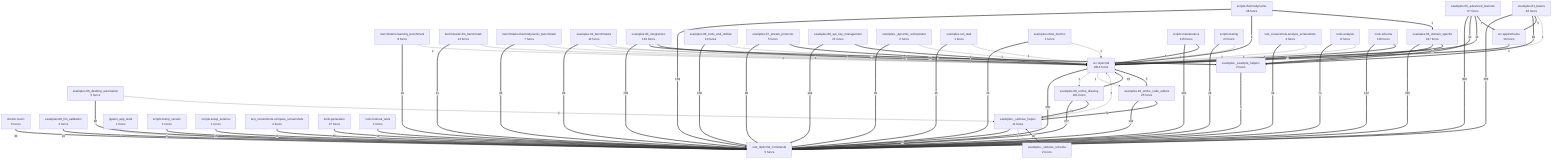
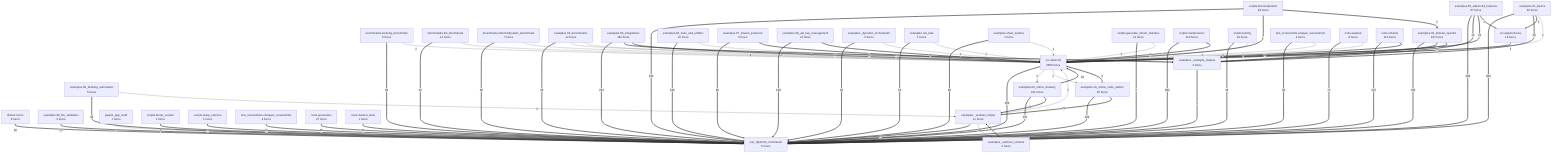
flowchart TD
- %% generated in 0.17s
+ %% generated in 0.08s
    benchmarks__learning_benchmark["benchmarks.learning_benchmark<br/>6 funcs"]
    benchmarks__llm_benchmark["benchmarks.llm_benchmark<br/>14 funcs"]
    benchmarks__thermodynamic_benchmark["benchmarks.thermodynamic_benchmark<br/>7 funcs"]
    docker__novnc["docker.novnc<br/>6 funcs"]
    examples__01_basics["examples.01_basics<br/>46 funcs"]
    examples__02_benchmarks["examples.02_benchmarks<br/>12 funcs"]
    examples__03_integrations["examples.03_integrations<br/>162 funcs"]
    examples__04_domain_specific["examples.04_domain_specific<br/>197 funcs"]
    examples__05_advanced_features["examples.05_advanced_features<br/>67 funcs"]
    examples__06_desktop_automation["examples.06_desktop_automation<br/>5 funcs"]
    examples__06_tools_and_utilities["examples.06_tools_and_utilities<br/>10 funcs"]
    examples__07_stream_protocols["examples.07_stream_protocols<br/>5 funcs"]
    examples__08_api_key_management["examples.08_api_key_management<br/>21 funcs"]
    examples__08_llm_validation["examples.08_llm_validation<br/>3 funcs"]
    examples__09_online_drawing["examples.09_online_drawing<br/>101 funcs"]
    examples__10_online_code_editors["examples.10_online_code_editors<br/>25 funcs"]
    examples___dynamic_orchestrator["examples._dynamic_orchestrator<br/>2 funcs"]
    examples___example_helpers["examples._example_helpers<br/>2 funcs"]
    examples___verbose_helper["examples._verbose_helper<br/>11 funcs"]
    examples___verbose_schema["examples._verbose_schema<br/>2 funcs"]
    examples__run_task["examples.run_task<br/>1 funcs"]
    examples__show_metrics["examples.show_metrics<br/>1 funcs"]
    jspaint_app_test4["jspaint_app_test4<br/>1 funcs"]
    scripts__bump_version["scripts.bump_version<br/>1 funcs"]
+     scripts__generate_intract_manifest["scripts.generate_intract_manifest<br/>13 funcs"]
    scripts__maintenance["scripts.maintenance<br/>115 funcs"]
    scripts__setup_external["scripts.setup_external<br/>1 funcs"]
    scripts__testing["scripts.testing<br/>23 funcs"]
    scripts__thermodynamic["scripts.thermodynamic<br/>48 funcs"]
    src__app2schema["src.app2schema<br/>16 funcs"]
-     src__nlp2cmd["src.nlp2cmd<br/>2814 funcs"]
+     src__nlp2cmd["src.nlp2cmd<br/>2850 funcs"]
    test_nlp2cmd_commands["test_nlp2cmd_commands<br/>5 funcs"]
    test_screenshots__analyze_screenshots["test_screenshots.analyze_screenshots<br/>4 funcs"]
    test_screenshots__compare_screenshots["test_screenshots.compare_screenshots<br/>4 funcs"]
    tools__analysis["tools.analysis<br/>8 funcs"]
    tools__generation["tools.generation<br/>27 funcs"]
    tools__manual_tests["tools.manual_tests<br/>1 funcs"]
    tools__schema["tools.schema<br/>116 funcs"]
    examples__04_domain_specific ==>|795| test_nlp2cmd_commands
    examples__03_integrations ==>|793| test_nlp2cmd_commands
    scripts__maintenance ==>|593| test_nlp2cmd_commands
    examples__05_advanced_features ==>|458| test_nlp2cmd_commands
    examples__09_online_drawing ==>|377| test_nlp2cmd_commands
-     src__nlp2cmd ==>|355| test_nlp2cmd_commands
+     src__nlp2cmd ==>|356| test_nlp2cmd_commands
    examples__01_basics ==>|266| test_nlp2cmd_commands
    scripts__thermodynamic ==>|159| test_nlp2cmd_commands
    examples__10_online_code_editors ==>|139| test_nlp2cmd_commands
    examples__06_tools_and_utilities ==>|136| test_nlp2cmd_commands
    tools__schema ==>|127| test_nlp2cmd_commands
    examples__08_api_key_management ==>|104| test_nlp2cmd_commands
    examples__07_stream_protocols ==>|90| test_nlp2cmd_commands
    tools__analysis ==>|74| test_nlp2cmd_commands
    examples__10_online_code_editors ==>|72| examples___verbose_helper
    examples__02_benchmarks ==>|69| test_nlp2cmd_commands
    examples__01_basics ==>|69| examples___example_helpers
    tools__generation ==>|56| test_nlp2cmd_commands
    examples__04_domain_specific ==>|50| examples___example_helpers
    examples__03_integrations ==>|48| examples___example_helpers
    examples__06_desktop_automation ==>|48| test_nlp2cmd_commands
    test_screenshots__analyze_screenshots ==>|39| test_nlp2cmd_commands
    benchmarks__thermodynamic_benchmark ==>|38| test_nlp2cmd_commands
    docker__novnc ==>|30| test_nlp2cmd_commands
    scripts__testing ==>|29| test_nlp2cmd_commands
    examples__show_metrics ==>|26| test_nlp2cmd_commands
    examples___verbose_helper ==>|25| test_nlp2cmd_commands
    examples__08_llm_validation ==>|24| test_nlp2cmd_commands
    examples__09_online_drawing ==>|21| examples___verbose_helper
    benchmarks__llm_benchmark ==>|21| test_nlp2cmd_commands
    test_screenshots__compare_screenshots ==>|21| test_nlp2cmd_commands
    benchmarks__learning_benchmark ==>|18| test_nlp2cmd_commands
    examples__run_task ==>|15| test_nlp2cmd_commands
    examples__09_online_drawing ==>|15| src__nlp2cmd
    scripts__setup_external ==>|15| test_nlp2cmd_commands
    examples__03_integrations ==>|11| src__nlp2cmd
    examples__04_domain_specific ==>|11| src__nlp2cmd
    tools__manual_tests ==>|11| test_nlp2cmd_commands
    examples___verbose_schema ==>|10| examples___verbose_helper
    examples___dynamic_orchestrator ==>|10| test_nlp2cmd_commands
    examples__05_advanced_features ==>|10| examples___example_helpers
    examples__05_advanced_features ==>|10| src__nlp2cmd
    examples__08_api_key_management ==>|9| src__nlp2cmd
    examples__05_advanced_features ==>|7| src__app2schema
    examples__07_stream_protocols ==>|6| src__nlp2cmd
    scripts__thermodynamic ==>|6| src__nlp2cmd
    examples__01_basics ==>|5| src__app2schema
    examples__10_online_code_editors ==>|5| src__nlp2cmd
    tools__schema ==>|5| src__nlp2cmd
    scripts__thermodynamic ==>|5| examples__04_domain_specific
    scripts__maintenance ==>|5| src__nlp2cmd
+     scripts__generate_intract_manifest ==>|5| test_nlp2cmd_commands
    examples___example_helpers ==>|4| test_nlp2cmd_commands
    src__app2schema ==>|4| src__nlp2cmd
    scripts__bump_version ==>|4| test_nlp2cmd_commands
    examples__06_desktop_automation -->|3| examples___verbose_helper
    benchmarks__llm_benchmark -->|3| src__nlp2cmd
    benchmarks__thermodynamic_benchmark -->|3| src__nlp2cmd
    tools__analysis -->|3| src__nlp2cmd
+     scripts__generate_intract_manifest -->|3| src__nlp2cmd
    jspaint_app_test4 -->|2| test_nlp2cmd_commands
    examples___verbose_helper -->|2| src__nlp2cmd
    examples__02_benchmarks -->|2| examples___example_helpers
    benchmarks__learning_benchmark -->|2| src__nlp2cmd
    scripts__testing -->|2| src__nlp2cmd
    test_screenshots__analyze_screenshots -->|2| src__nlp2cmd
    examples__show_metrics -->|1| src__nlp2cmd
    examples___dynamic_orchestrator -->|1| src__nlp2cmd
    examples___verbose_helper -->|1| examples___verbose_schema
    examples__run_task -->|1| src__nlp2cmd
    examples__06_tools_and_utilities -->|1| src__nlp2cmd
    examples__02_benchmarks -->|1| src__nlp2cmd
    examples__01_basics -->|1| src__nlp2cmd
    src__nlp2cmd -->|1| examples__09_online_drawing
    src__nlp2cmd -->|1| examples__10_online_code_editors
